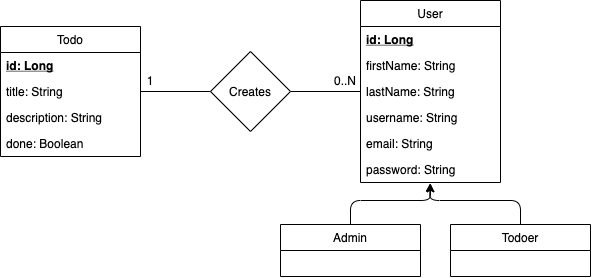
Before: documentation/server/DBModel/ToDoApp-DBModel.png, a diagram exported from draw.io (gigpir/todo-app). Source tidied: cells renumbered, new cells last; positions are measured from the earlier drawing's top-left corner, leaving out a move shared by most shapes.
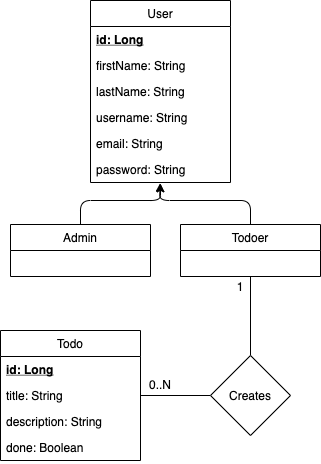
After the change.

Diff of the diagram source:
```diff
@@ -3,7 +3,7 @@
     <mxCell id="0" />
     <mxCell id="1" parent="0" />
     <mxCell id="2" value="Todo" style="swimlane;fontStyle=0;horizontal=1;startSize=26;" parent="1" vertex="1">
-      <mxGeometry y="26" width="140" height="130" as="geometry" />
+      <mxGeometry x="270" y="330" width="140" height="130" as="geometry" />
     </mxCell>
     <mxCell id="3" value="id: Long" style="text;strokeColor=none;fillColor=none;align=left;verticalAlign=top;spacingLeft=4;spacingRight=4;overflow=hidden;fontStyle=5;" parent="2" vertex="1">
       <mxGeometry y="26" width="140" height="26" as="geometry" />
@@ -60,20 +60,20 @@
         </Array>
       </mxGeometry>
     </mxCell>
-    <mxCell id="18" value="1" style="text;html=1;strokeColor=none;fillColor=none;align=center;verticalAlign=middle;whiteSpace=wrap;rounded=0;" parent="1" vertex="1">
-      <mxGeometry x="140" y="70" width="20" height="20" as="geometry" />
+    <mxCell id="18" value="0..N" style="text;html=1;strokeColor=none;fillColor=none;align=center;verticalAlign=middle;whiteSpace=wrap;rounded=0;" parent="1" vertex="1">
+      <mxGeometry x="420" y="374" width="20" height="20" as="geometry" />
     </mxCell>
-    <mxCell id="19" value="0..N" style="text;html=1;strokeColor=none;fillColor=none;align=center;verticalAlign=middle;whiteSpace=wrap;rounded=0;" parent="1" vertex="1">
-      <mxGeometry x="330" y="70" width="30" height="20" as="geometry" />
+    <mxCell id="19" value="1" style="text;html=1;strokeColor=none;fillColor=none;align=center;verticalAlign=middle;whiteSpace=wrap;rounded=0;" parent="1" vertex="1">
+      <mxGeometry x="490" y="276" width="40" height="20" as="geometry" />
     </mxCell>
     <mxCell id="20" style="edgeStyle=orthogonalEdgeStyle;rounded=0;jettySize=auto;html=1;entryX=1;entryY=0.5;entryDx=0;entryDy=0;endArrow=none;endFill=0;" parent="1" edge="1" source="22" target="4">
       <mxGeometry relative="1" as="geometry" />
     </mxCell>
-    <mxCell id="21" style="edgeStyle=orthogonalEdgeStyle;rounded=0;jettySize=auto;html=1;entryX=0;entryY=0.5;entryDx=0;entryDy=0;endArrow=none;endFill=0;" parent="1" edge="1" source="22" target="10">
+    <mxCell id="21" style="edgeStyle=orthogonalEdgeStyle;rounded=0;jettySize=auto;html=1;entryX=0.5;entryY=1;entryDx=0;entryDy=0;endArrow=none;endFill=0;" parent="1" edge="1" source="22" target="15">
       <mxGeometry relative="1" as="geometry" />
     </mxCell>
     <mxCell id="22" value="Creates" style="rhombus;whiteSpace=wrap;html=1;" parent="1" vertex="1">
-      <mxGeometry x="210" y="51" width="80" height="80" as="geometry" />
+      <mxGeometry x="480" y="355" width="80" height="80" as="geometry" />
     </mxCell>
   </root>
 </mxGraphModel>
```
